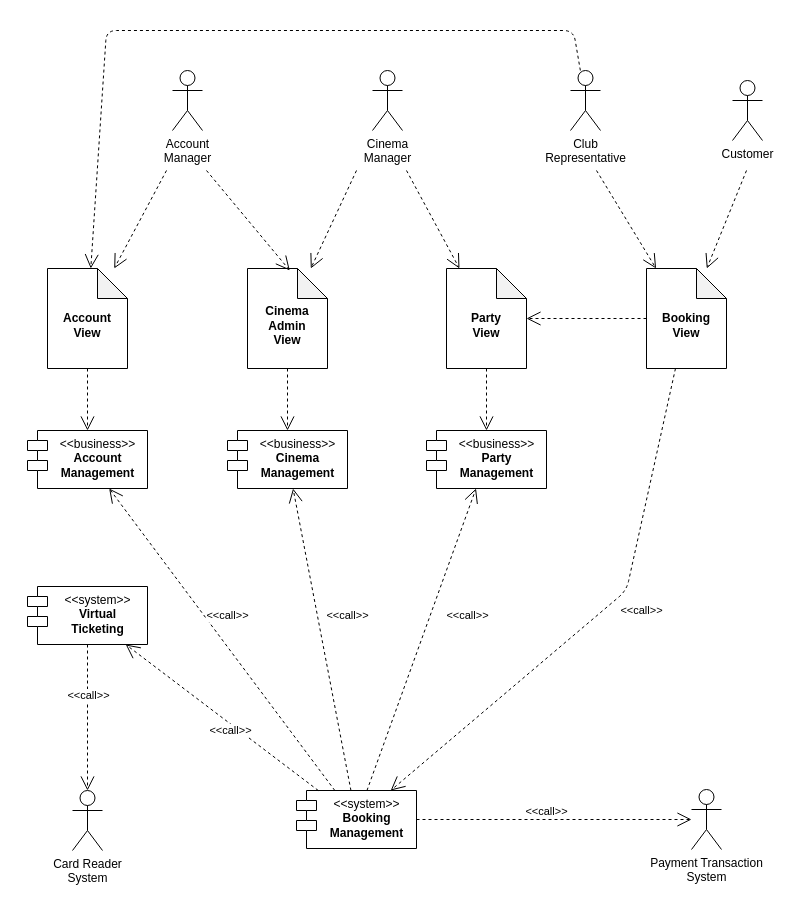
The draw.io diagram Component-Architecture/Component-Architecture-Diagram.drawio in 19ATF72/ESD_Semester_2, before the edit. Source tidied: cells renumbered, new cells numbered last; positions are measured from the earlier drawing's top-left corner, leaving out a move shared by most shapes. Both pictures are drawn from the tidied source at 100%, with x=0, y=0 at pixel (27, 30).
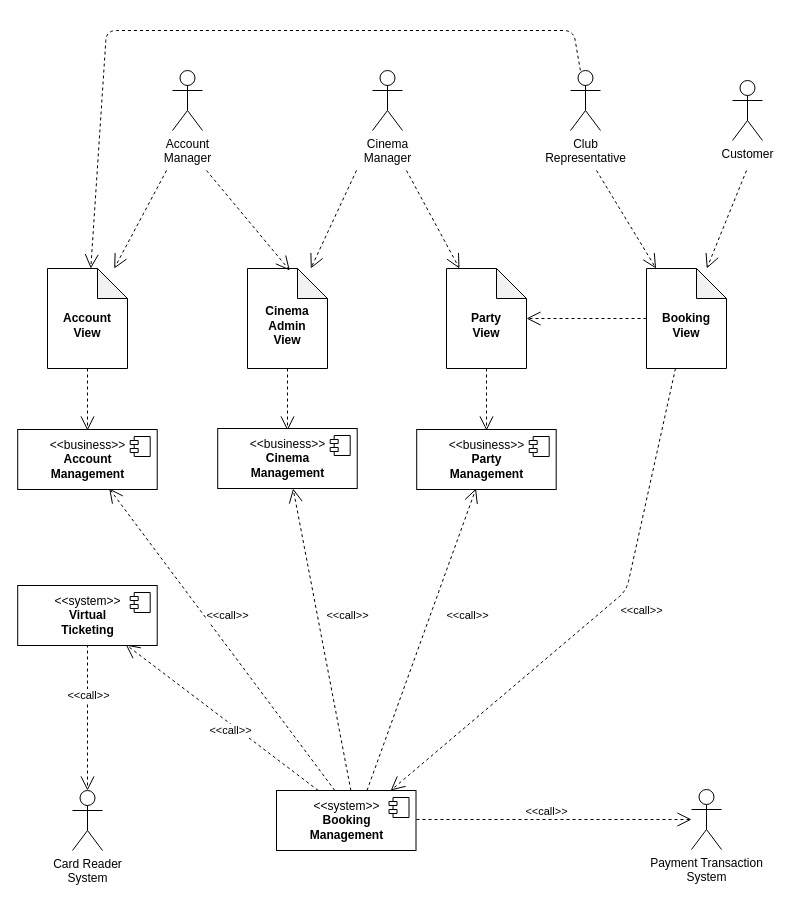
After the change.

Unchanged cells that the change refers to:
```xml
<mxCell id="7" value="Payment Transaction &lt;br&gt;System" style="shape=umlActor;verticalLabelPosition=bottom;verticalAlign=top;html=1;outlineConnect=0;" parent="1" vertex="1">
  <mxGeometry x="664" y="759" width="30" height="60" as="geometry" />
</mxCell>
<mxCell id="8" value="Card Reader&lt;br&gt;System" style="shape=umlActor;verticalLabelPosition=bottom;verticalAlign=top;html=1;outlineConnect=0;" parent="1" vertex="1">
  <mxGeometry x="45" y="760" width="30" height="60" as="geometry" />
</mxCell>
<mxCell id="9" value="&lt;b&gt;&lt;br&gt;Account&lt;br&gt;View&lt;/b&gt;" style="shape=note;whiteSpace=wrap;html=1;backgroundOutline=1;darkOpacity=0.05;" parent="1" vertex="1">
  <mxGeometry x="20" y="238" width="80" height="100" as="geometry" />
</mxCell>
<mxCell id="10" value="&lt;b&gt;&lt;br&gt;Booking&lt;br&gt;View&lt;/b&gt;" style="shape=note;whiteSpace=wrap;html=1;backgroundOutline=1;darkOpacity=0.05;" parent="1" vertex="1">
  <mxGeometry x="619" y="238" width="80" height="100" as="geometry" />
</mxCell>
<mxCell id="11" value="&lt;b&gt;&lt;br&gt;Party&lt;br&gt;View&lt;/b&gt;" style="shape=note;whiteSpace=wrap;html=1;backgroundOutline=1;darkOpacity=0.05;" parent="1" vertex="1">
  <mxGeometry x="419" y="238" width="80" height="100" as="geometry" />
</mxCell>
<mxCell id="12" value="&lt;b&gt;&lt;br&gt;Cinema&lt;br&gt;Admin&lt;br&gt;View&lt;/b&gt;" style="shape=note;whiteSpace=wrap;html=1;backgroundOutline=1;darkOpacity=0.05;" parent="1" vertex="1">
  <mxGeometry x="220" y="238" width="80" height="100" as="geometry" />
</mxCell>
```

Change to the diagram source:
```diff
@@
-    <mxCell id="2" value="&amp;lt;&amp;lt;business&amp;gt;&amp;gt;&lt;br&gt;&lt;b&gt;Cinema&lt;br&gt;Management&lt;/b&gt;" style="shape=module;align=left;spacingLeft=20;align=center;verticalAlign=top;fontStyle=0;html=1;" parent="1" vertex="1">
-      <mxGeometry x="200" y="400" width="120" height="58" as="geometry" />
-    </mxCell>
@@
-    <mxCell id="17" value="&amp;lt;&amp;lt;business&amp;gt;&amp;gt;&lt;br&gt;&lt;b&gt;Account&lt;br&gt;Management&lt;/b&gt;" style="shape=module;align=left;spacingLeft=20;align=center;verticalAlign=top;fontStyle=0;html=1;" parent="1" vertex="1">
-      <mxGeometry y="400" width="120" height="58" as="geometry" />
-    </mxCell>
@@
-    <mxCell id="20" style="endArrow=open;endSize=12;dashed=1;html=1;" parent="1" edge="1" source="9" target="17">
-      <mxGeometry relative="1" as="geometry" />
+    <mxCell id="20" style="endArrow=open;endSize=12;dashed=1;html=1;" parent="1" edge="1" source="9">
+      <mxGeometry relative="1" as="geometry">
+        <mxPoint x="60" y="400" as="targetPoint" />
+      </mxGeometry>
     </mxCell>
-    <mxCell id="21" style="endArrow=open;endSize=12;dashed=1;html=1;" parent="1" edge="1" source="12" target="2">
-      <mxGeometry relative="1" as="geometry" />
+    <mxCell id="21" style="endArrow=open;endSize=12;dashed=1;html=1;" parent="1" edge="1" source="12">
+      <mxGeometry relative="1" as="geometry">
+        <mxPoint x="260" y="400" as="targetPoint" />
+      </mxGeometry>
     </mxCell>
-    <mxCell id="22" value="&amp;lt;&amp;lt;system&amp;gt;&amp;gt;&lt;br&gt;&lt;b&gt;Booking&lt;br&gt;Management&lt;br&gt;&lt;/b&gt;" style="shape=module;align=left;spacingLeft=20;align=center;verticalAlign=top;fontStyle=0;html=1;" parent="1" vertex="1">
-      <mxGeometry x="269" y="760" width="120" height="58" as="geometry" />
-    </mxCell>
-    <mxCell id="23" style="endArrow=open;endSize=12;dashed=1;html=1;" parent="1" edge="1" source="10" target="22">
+    <mxCell id="23" style="endArrow=open;endSize=12;dashed=1;html=1;" parent="1" edge="1" source="10">
       <mxGeometry relative="1" as="geometry">
+        <mxPoint x="363.2" y="760" as="targetPoint" />
         <Array as="points">
           <mxPoint x="599" y="560" />
         </Array>
       </mxGeometry>
     </mxCell>
@@
-    <mxCell id="25" style="endArrow=open;endSize=12;dashed=1;html=1;" parent="1" edge="1" source="22" target="7">
-      <mxGeometry relative="1" as="geometry" />
+    <mxCell id="25" style="endArrow=open;endSize=12;dashed=1;html=1;" parent="1" edge="1" target="7">
+      <mxGeometry relative="1" as="geometry">
+        <mxPoint x="389" y="789" as="sourcePoint" />
+      </mxGeometry>
     </mxCell>
@@
-    <mxCell id="27" value="&amp;lt;&amp;lt;system&amp;gt;&amp;gt;&lt;br&gt;&lt;b&gt;Virtual&lt;br&gt;Ticketing&lt;br&gt;&lt;/b&gt;" style="shape=module;align=left;spacingLeft=20;align=center;verticalAlign=top;fontStyle=0;html=1;" parent="1" vertex="1">
-      <mxGeometry y="556" width="120" height="58" as="geometry" />
-    </mxCell>
-    <mxCell id="28" style="endArrow=open;endSize=12;dashed=1;html=1;" parent="1" edge="1" source="22" target="27">
-      <mxGeometry relative="1" as="geometry" />
+    <mxCell id="28" style="endArrow=open;endSize=12;dashed=1;html=1;" parent="1" edge="1">
+      <mxGeometry relative="1" as="geometry">
+        <mxPoint x="290.8" y="760" as="sourcePoint" />
+        <mxPoint x="98.2" y="614" as="targetPoint" />
+      </mxGeometry>
     </mxCell>
@@
-    <mxCell id="30" value="&amp;lt;&amp;lt;business&amp;gt;&amp;gt;&lt;br&gt;&lt;b&gt;Party&lt;br&gt;Management&lt;/b&gt;" style="shape=module;align=left;spacingLeft=20;align=center;verticalAlign=top;fontStyle=0;html=1;" parent="1" vertex="1">
-      <mxGeometry x="399" y="400" width="120" height="58" as="geometry" />
-    </mxCell>
-    <mxCell id="31" style="endArrow=open;endSize=12;dashed=1;html=1;" parent="1" edge="1" source="11" target="30">
-      <mxGeometry relative="1" as="geometry" />
+    <mxCell id="31" style="endArrow=open;endSize=12;dashed=1;html=1;" parent="1" edge="1" source="11">
+      <mxGeometry relative="1" as="geometry">
+        <mxPoint x="459" y="400" as="targetPoint" />
+      </mxGeometry>
     </mxCell>
-    <mxCell id="32" style="endArrow=open;endSize=12;dashed=1;html=1;fontStyle=1;" parent="1" edge="1" source="22" target="2">
-      <mxGeometry relative="1" as="geometry" />
+    <mxCell id="32" style="endArrow=open;endSize=12;dashed=1;html=1;fontStyle=1;" parent="1" edge="1">
+      <mxGeometry relative="1" as="geometry">
+        <mxPoint x="323.4" y="760" as="sourcePoint" />
+        <mxPoint x="265.6" y="458" as="targetPoint" />
+      </mxGeometry>
     </mxCell>
@@
-    <mxCell id="34" style="endArrow=open;endSize=12;dashed=1;html=1;" parent="1" edge="1" source="22" target="30">
-      <mxGeometry relative="1" as="geometry" />
+    <mxCell id="34" style="endArrow=open;endSize=12;dashed=1;html=1;" parent="1" edge="1">
+      <mxGeometry relative="1" as="geometry">
+        <mxPoint x="339.5" y="760" as="sourcePoint" />
+        <mxPoint x="448.5" y="458" as="targetPoint" />
+      </mxGeometry>
     </mxCell>
@@
-    <mxCell id="36" style="endArrow=open;endSize=12;dashed=1;html=1;" parent="1" edge="1" source="22" target="17">
-      <mxGeometry relative="1" as="geometry" />
+    <mxCell id="36" style="endArrow=open;endSize=12;dashed=1;html=1;" parent="1" edge="1">
+      <mxGeometry relative="1" as="geometry">
+        <mxPoint x="307.3" y="760" as="sourcePoint" />
+        <mxPoint x="81.7" y="458" as="targetPoint" />
+      </mxGeometry>
     </mxCell>
@@
-    <mxCell id="38" style="endArrow=open;endSize=12;dashed=1;html=1;" parent="1" edge="1" source="27" target="8">
-      <mxGeometry relative="1" as="geometry" />
+    <mxCell id="38" style="endArrow=open;endSize=12;dashed=1;html=1;" parent="1" edge="1" target="8">
+      <mxGeometry relative="1" as="geometry">
+        <mxPoint x="60" y="614" as="sourcePoint" />
+      </mxGeometry>
     </mxCell>
@@
+    <mxCell id="30" value="&amp;lt;&amp;lt;business&amp;gt;&amp;gt;&lt;br&gt;&lt;b&gt;Party&lt;br&gt;Management&lt;/b&gt;" style="html=1;" parent="1" vertex="1">
+      <mxGeometry x="389.2" y="399" width="139.5" height="60" as="geometry" />
+    </mxCell>
+    <mxCell id="42" style="shape=module;jettyWidth=8;jettyHeight=4;" parent="30" vertex="1">
+      <mxGeometry x="1" width="20" height="20" relative="1" as="geometry">
+        <mxPoint x="-27" y="7" as="offset" />
+      </mxGeometry>
+    </mxCell>
+    <mxCell id="2" value="&amp;lt;&amp;lt;business&amp;gt;&amp;gt;&lt;br&gt;&lt;b&gt;Cinema&lt;br&gt;Management&lt;/b&gt;" style="html=1;" parent="1" vertex="1">
+      <mxGeometry x="190.2" y="398" width="139.5" height="60" as="geometry" />
+    </mxCell>
+    <mxCell id="43" style="shape=module;jettyWidth=8;jettyHeight=4;" parent="2" vertex="1">
+      <mxGeometry x="1" width="20" height="20" relative="1" as="geometry">
+        <mxPoint x="-27" y="7" as="offset" />
+      </mxGeometry>
+    </mxCell>
+    <mxCell id="17" value="&amp;lt;&amp;lt;business&amp;gt;&amp;gt;&lt;br&gt;&lt;b&gt;Account&lt;br&gt;Management&lt;/b&gt;" style="html=1;" parent="1" vertex="1">
+      <mxGeometry x="-9.8" y="399" width="139.5" height="60" as="geometry" />
+    </mxCell>
+    <mxCell id="44" style="shape=module;jettyWidth=8;jettyHeight=4;" parent="17" vertex="1">
+      <mxGeometry x="1" width="20" height="20" relative="1" as="geometry">
+        <mxPoint x="-27" y="7" as="offset" />
+      </mxGeometry>
+    </mxCell>
+    <mxCell id="27" value="&amp;lt;&amp;lt;system&amp;gt;&amp;gt;&lt;br&gt;&lt;b&gt;Virtual&lt;br&gt;Ticketing&lt;/b&gt;" style="html=1;" parent="1" vertex="1">
+      <mxGeometry x="-9.8" y="555" width="139.5" height="60" as="geometry" />
+    </mxCell>
+    <mxCell id="45" style="shape=module;jettyWidth=8;jettyHeight=4;" parent="27" vertex="1">
+      <mxGeometry x="1" width="20" height="20" relative="1" as="geometry">
+        <mxPoint x="-27" y="7" as="offset" />
+      </mxGeometry>
+    </mxCell>
+    <mxCell id="22" value="&amp;lt;&amp;lt;system&amp;gt;&amp;gt;&lt;br&gt;&lt;b&gt;Booking&lt;br&gt;Management&lt;/b&gt;" style="html=1;" parent="1" vertex="1">
+      <mxGeometry x="249" y="760" width="139.5" height="60" as="geometry" />
+    </mxCell>
+    <mxCell id="46" style="shape=module;jettyWidth=8;jettyHeight=4;" parent="22" vertex="1">
+      <mxGeometry x="1" width="20" height="20" relative="1" as="geometry">
+        <mxPoint x="-27" y="7" as="offset" />
+      </mxGeometry>
+    </mxCell>
```
